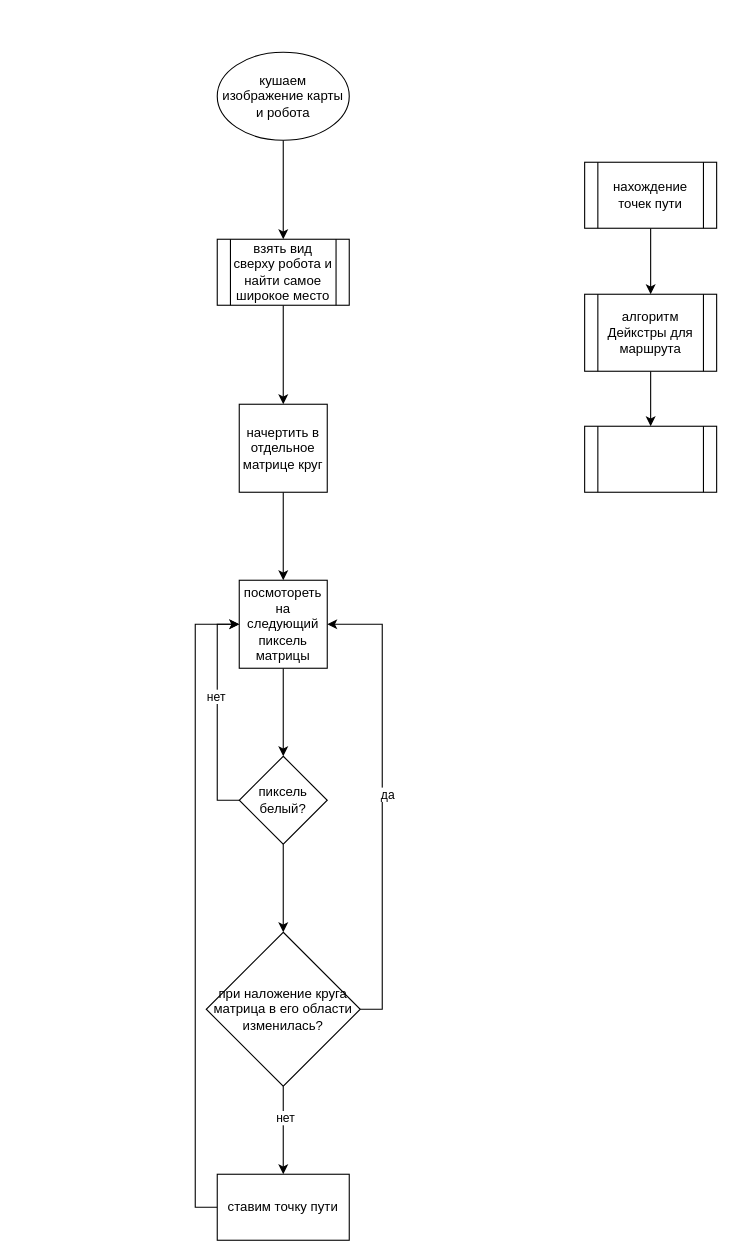
rolstuncom/- keeps this draw.io diagram as Диаграмма без названия.drawio. Above is the earlier version. Source tidied: cells renumbered, new cells numbered last; positions are measured from the earlier drawing's top-left corner, leaving out a move shared by most shapes. Both pictures are drawn from the tidied source at 110%, with x=0, y=0 at pixel (206, 52).
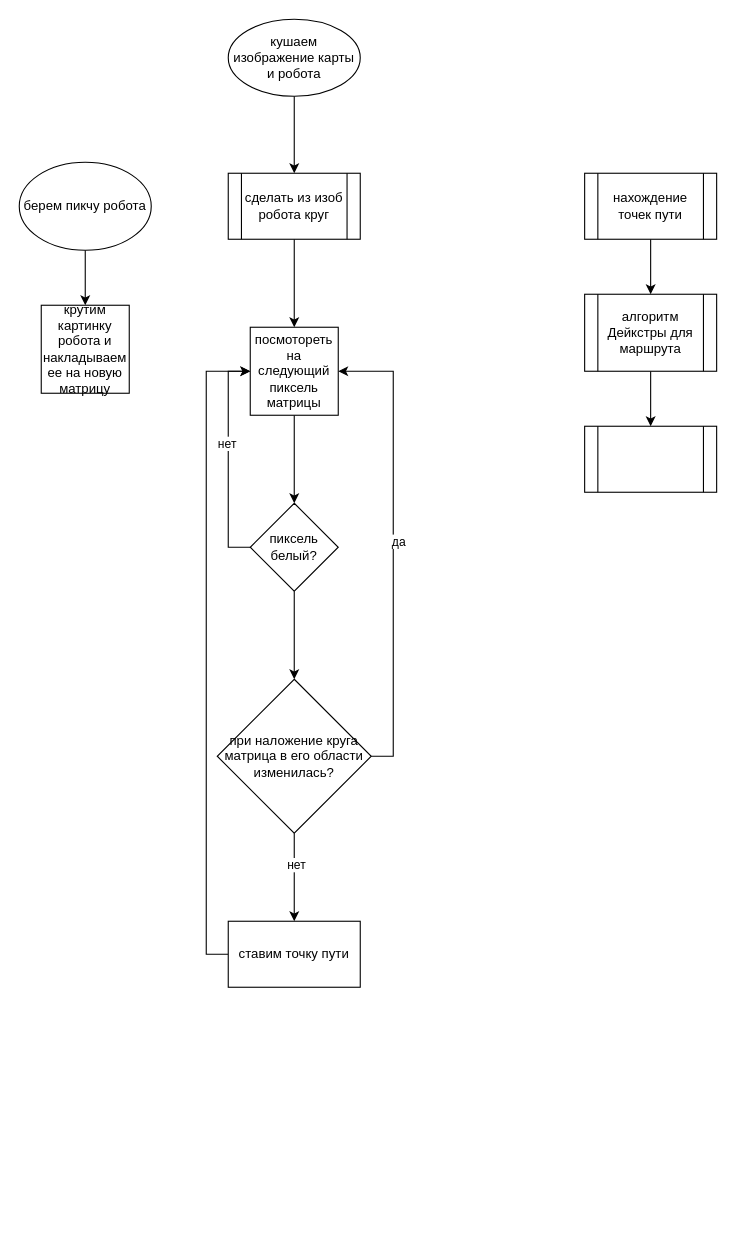
The same diagram, later.

The change refers to these unchanged cells:
```xml
<mxCell id="21" value="алгоритм Дейкстры для маршрута" style="shape=process;whiteSpace=wrap;html=1;backgroundOutline=1;" parent="1" vertex="1">
  <mxGeometry x="344" y="220" width="120" height="70" as="geometry" />
</mxCell>
```

The edit, as a diff of the source:
```diff
@@
-    <mxCell id="2" style="edgeStyle=orthogonalEdgeStyle;rounded=0;jettySize=auto;html=1;exitX=0.5;exitY=1;exitDx=0;exitDy=0;" parent="1" edge="1" source="25" target="4">
-      <mxGeometry relative="1" as="geometry" />
-    </mxCell>
-    <mxCell id="3" style="edgeStyle=orthogonalEdgeStyle;rounded=0;jettySize=auto;html=1;" parent="1" edge="1" source="4" target="6">
-      <mxGeometry relative="1" as="geometry" />
-    </mxCell>
-    <mxCell id="4" value="начертить в отдельное матрице круг" style="whiteSpace=wrap;html=1;" parent="1" vertex="1">
-      <mxGeometry x="30" y="320" width="80" height="80" as="geometry" />
-    </mxCell>
@@
     <mxCell id="6" value="посмотореть на следующий пиксель матрицы" style="whiteSpace=wrap;html=1;" parent="1" vertex="1">
-      <mxGeometry x="30" y="480" width="80" height="80" as="geometry" />
+      <mxGeometry x="40" y="250" width="80" height="80" as="geometry" />
     </mxCell>
@@
     <mxCell id="10" value="пиксель белый?" style="rhombus;whiteSpace=wrap;html=1;" parent="1" vertex="1">
-      <mxGeometry x="30" y="640" width="80" height="80" as="geometry" />
+      <mxGeometry x="40" y="410" width="80" height="80" as="geometry" />
     </mxCell>
     <mxCell id="11" style="edgeStyle=orthogonalEdgeStyle;rounded=0;jettySize=auto;html=1;" parent="1" edge="1" source="15" target="17">
       <mxGeometry relative="1" as="geometry">
         <Array as="points">
-          <mxPoint x="70" y="970" />
-          <mxPoint x="70" y="970" />
+          <mxPoint x="80" y="740" />
+          <mxPoint x="80" y="740" />
         </Array>
       </mxGeometry>
     </mxCell>
@@
     <mxCell id="15" value="при наложение круга матрица в его области изменилась?" style="rhombus;whiteSpace=wrap;html=1;" parent="1" vertex="1">
-      <mxGeometry y="800" width="140" height="140" as="geometry" />
+      <mxGeometry x="10" y="570" width="140" height="140" as="geometry" />
     </mxCell>
@@
     <mxCell id="17" value="ставим точку пути" style="whiteSpace=wrap;html=1;" parent="1" vertex="1">
-      <mxGeometry x="10" y="1020" width="120" height="60" as="geometry" />
+      <mxGeometry x="20" y="790" width="120" height="60" as="geometry" />
     </mxCell>
-    <mxCell id="18" style="edgeStyle=orthogonalEdgeStyle;rounded=0;jettySize=auto;html=1;exitX=0.5;exitY=1;exitDx=0;exitDy=0;entryX=0.5;entryY=0;entryDx=0;entryDy=0;" parent="1" edge="1" source="19" target="21">
-      <mxGeometry relative="1" as="geometry" />
-    </mxCell>
-    <mxCell id="19" value="нахождение точек пути" style="shape=process;whiteSpace=wrap;html=1;backgroundOutline=1;" parent="1" vertex="1">
-      <mxGeometry x="344" y="100" width="120" height="60" as="geometry" />
-    </mxCell>
@@
-    <mxCell id="23" style="edgeStyle=orthogonalEdgeStyle;rounded=0;jettySize=auto;html=1;exitX=0.5;exitY=1;exitDx=0;exitDy=0;entryX=0.5;entryY=0;entryDx=0;entryDy=0;" parent="1" edge="1" source="24" target="25">
-      <mxGeometry relative="1" as="geometry" />
-    </mxCell>
+    <mxCell id="26" style="edgeStyle=orthogonalEdgeStyle;rounded=0;jettySize=auto;html=1;exitX=0.5;exitY=1;exitDx=0;exitDy=0;entryX=0.5;entryY=0;entryDx=0;entryDy=0;" parent="1" edge="1" source="24" target="28">
+      <mxGeometry relative="1" as="geometry" />
+    </mxCell>
     <mxCell id="24" value="кушаем изображение карты и робота" style="ellipse;whiteSpace=wrap;html=1;" parent="1" vertex="1">
-      <mxGeometry x="10" width="120" height="80" as="geometry" />
+      <mxGeometry x="20" y="-30" width="120" height="70" as="geometry" />
     </mxCell>
-    <mxCell id="25" value="взять вид сверху робота и найти самое широкое место" style="shape=process;whiteSpace=wrap;html=1;backgroundOutline=1;" parent="1" vertex="1">
-      <mxGeometry x="10" y="170" width="120" height="60" as="geometry" />
-    </mxCell>
+    <mxCell id="27" style="edgeStyle=orthogonalEdgeStyle;rounded=0;jettySize=auto;html=1;" parent="1" edge="1" source="28" target="6">
+      <mxGeometry relative="1" as="geometry" />
+    </mxCell>
+    <mxCell id="28" value="сделать из изоб робота круг" style="shape=process;whiteSpace=wrap;html=1;backgroundOutline=1;" parent="1" vertex="1">
+      <mxGeometry x="20" y="110" width="120" height="60" as="geometry" />
+    </mxCell>
+    <mxCell id="18" style="edgeStyle=orthogonalEdgeStyle;rounded=0;jettySize=auto;html=1;" parent="1" edge="1" source="19" target="21">
+      <mxGeometry relative="1" as="geometry" />
+    </mxCell>
+    <mxCell id="19" value="нахождение точек пути" style="shape=process;whiteSpace=wrap;html=1;backgroundOutline=1;" parent="1" vertex="1">
+      <mxGeometry x="344" y="110" width="120" height="60" as="geometry" />
+    </mxCell>
+    <mxCell id="29" style="edgeStyle=orthogonalEdgeStyle;rounded=0;jettySize=auto;html=1;" parent="1" edge="1" source="30" target="31">
+      <mxGeometry relative="1" as="geometry" />
+    </mxCell>
+    <mxCell id="30" value="берем пикчу робота" style="ellipse;whiteSpace=wrap;html=1;" parent="1" vertex="1">
+      <mxGeometry x="-170" y="100" width="120" height="80" as="geometry" />
+    </mxCell>
+    <mxCell id="31" value="крутим картинку робота и накладываем ее на новую матрицу" style="whiteSpace=wrap;html=1;" parent="1" vertex="1">
+      <mxGeometry x="-150" y="230" width="80" height="80" as="geometry" />
+    </mxCell>
```
